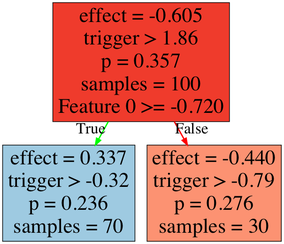
Earlier version of the Graphviz export tree.png (edgeslab/CTL). Its source is kept beside it as tree.dot.
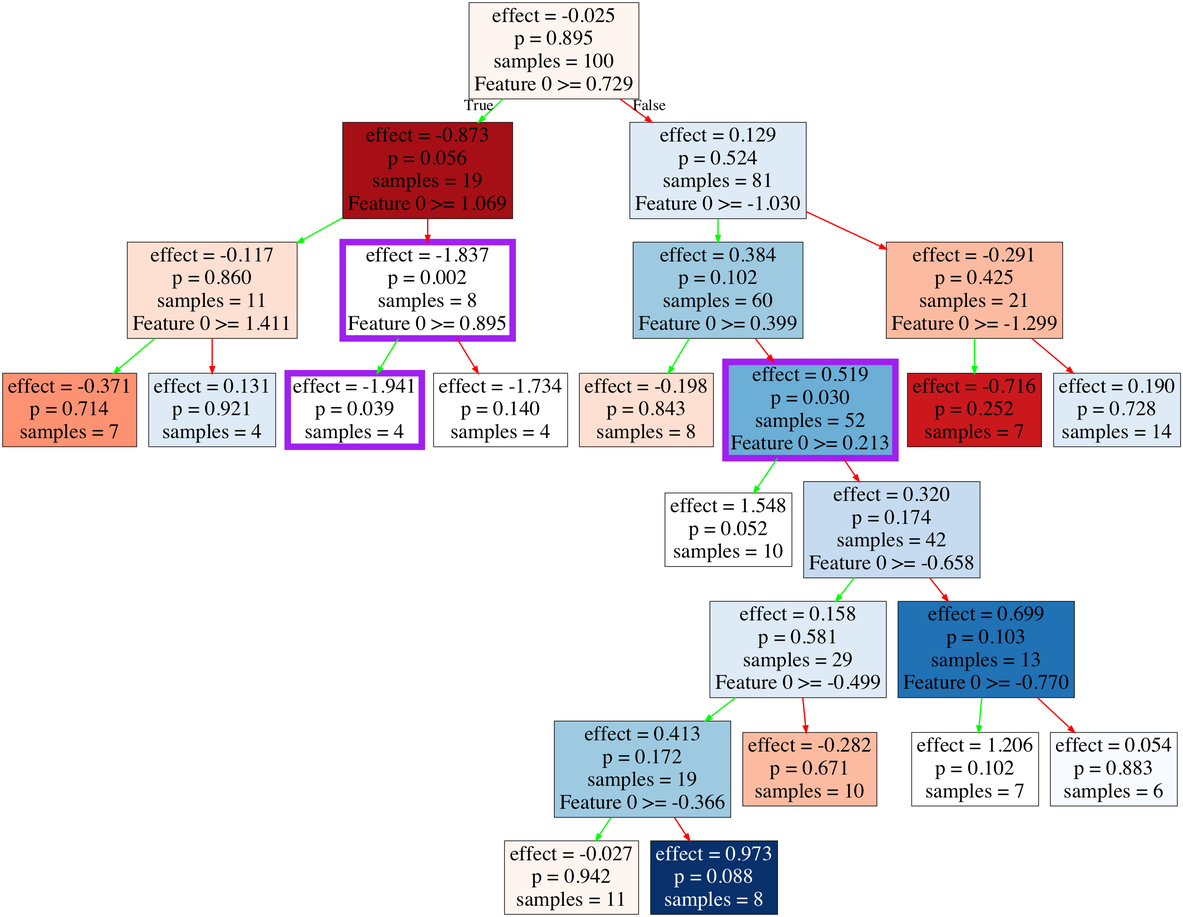
The same diagram one commit later.

Change to the diagram source:
```diff
@@ -1,9 +1,53 @@
 digraph Tree {
 node [shape=box, fontsize=32] ;
 edge [fontsize=24] ;
-0 [label="effect = -0.605\ntrigger > 1.86\np = 0.357\nsamples = 100\nFeature 0 >= -0.720\n", style=filled, fillcolor="/reds9/6"] ;
+0 [label="effect = -0.025\np = 0.895\nsamples = 100\nFeature 0 >= 0.729\n", style=filled, fillcolor="/reds9/1"] ;
 0 -> 1 [labeldistance=2.5, labelangle=45, headlabel="True", color=green, penwidth=2] ;
-1 [label="effect = 0.337\ntrigger > -0.32\np = 0.236\nsamples = 70", style=filled, fillcolor="/blues9/4"] ;
-0 -> 2 [labeldistance=2.5, labelangle=-45, headlabel="False", color=red, penwidth=2] ;
-2 [label="effect = -0.440\ntrigger > -0.79\np = 0.276\nsamples = 30", style=filled, fillcolor="/reds9/4"] ;
+1 [label="effect = -0.873\np = 0.056\nsamples = 19\nFeature 0 >= 1.069\n", style=filled, fillcolor="/reds9/8"] ;
+1 -> 2[color=green, penwidth=2] ;
+2 [label="effect = -0.117\np = 0.860\nsamples = 11\nFeature 0 >= 1.411\n", style=filled, fillcolor="/reds9/2"] ;
+2 -> 3[color=green, penwidth=2] ;
+3 [label="effect = -0.371\np = 0.714\nsamples = 7", style=filled, fillcolor="/reds9/4"] ;
+2 -> 4[color=red, penwidth=2] ;
+4 [label="effect = 0.131\np = 0.921\nsamples = 4", style=filled, fillcolor="/blues9/2"] ;
+1 -> 5[color=red, penwidth=2] ;
+5 [label="effect = -1.837\np = 0.002\nsamples = 8\nFeature 0 >= 0.895\n", style=filled, fillcolor="#ffffff", color=purple, penwidth=10.0] ;
+5 -> 6[color=green, penwidth=2] ;
+6 [label="effect = -1.941\np = 0.039\nsamples = 4", style=filled, fillcolor="#ffffff", color=purple, penwidth=10.0] ;
+5 -> 7[color=red, penwidth=2] ;
+7 [label="effect = -1.734\np = 0.140\nsamples = 4", style=filled, fillcolor="#ffffff"] ;
+0 -> 8 [labeldistance=2.5, labelangle=-45, headlabel="False", color=red, penwidth=2] ;
+8 [label="effect = 0.129\np = 0.524\nsamples = 81\nFeature 0 >= -1.030\n", style=filled, fillcolor="/blues9/2"] ;
+8 -> 9[color=green, penwidth=2] ;
+9 [label="effect = 0.384\np = 0.102\nsamples = 60\nFeature 0 >= 0.399\n", style=filled, fillcolor="/blues9/4"] ;
+9 -> 10[color=green, penwidth=2] ;
+10 [label="effect = -0.198\np = 0.843\nsamples = 8", style=filled, fillcolor="/reds9/2"] ;
+9 -> 11[color=red, penwidth=2] ;
+11 [label="effect = 0.519\np = 0.030\nsamples = 52\nFeature 0 >= 0.213\n", style=filled, fillcolor="/blues9/5", color=purple, penwidth=10.0] ;
+11 -> 12[color=green, penwidth=2] ;
+12 [label="effect = 1.548\np = 0.052\nsamples = 10", style=filled, fillcolor="#ffffff"] ;
+11 -> 13[color=red, penwidth=2] ;
+13 [label="effect = 0.320\np = 0.174\nsamples = 42\nFeature 0 >= -0.658\n", style=filled, fillcolor="/blues9/3"] ;
+13 -> 14[color=green, penwidth=2] ;
+14 [label="effect = 0.158\np = 0.581\nsamples = 29\nFeature 0 >= -0.499\n", style=filled, fillcolor="/blues9/2"] ;
+14 -> 15[color=green, penwidth=2] ;
+15 [label="effect = 0.413\np = 0.172\nsamples = 19\nFeature 0 >= -0.366\n", style=filled, fillcolor="/blues9/4"] ;
+15 -> 16[color=green, penwidth=2] ;
+16 [label="effect = -0.027\np = 0.942\nsamples = 11", style=filled, fillcolor="/reds9/1"] ;
+15 -> 17[color=red, penwidth=2] ;
+17 [label="effect = 0.973\np = 0.088\nsamples = 8", style=filled, fontcolor=white, fillcolor="/blues9/9"] ;
+14 -> 18[color=red, penwidth=2] ;
+18 [label="effect = -0.282\np = 0.671\nsamples = 10", style=filled, fillcolor="/reds9/3"] ;
+13 -> 19[color=red, penwidth=2] ;
+19 [label="effect = 0.699\np = 0.103\nsamples = 13\nFeature 0 >= -0.770\n", style=filled, fillcolor="/blues9/7"] ;
+19 -> 20[color=green, penwidth=2] ;
+20 [label="effect = 1.206\np = 0.102\nsamples = 7", style=filled, fillcolor="#ffffff"] ;
+19 -> 21[color=red, penwidth=2] ;
+21 [label="effect = 0.054\np = 0.883\nsamples = 6", style=filled, fillcolor="/blues9/1"] ;
+8 -> 22[color=red, penwidth=2] ;
+22 [label="effect = -0.291\np = 0.425\nsamples = 21\nFeature 0 >= -1.299\n", style=filled, fillcolor="/reds9/3"] ;
+22 -> 23[color=green, penwidth=2] ;
+23 [label="effect = -0.716\np = 0.252\nsamples = 7", style=filled, fillcolor="/reds9/7"] ;
+22 -> 24[color=red, penwidth=2] ;
+24 [label="effect = 0.190\np = 0.728\nsamples = 14", style=filled, fillcolor="/blues9/2"] ;
 }
```
